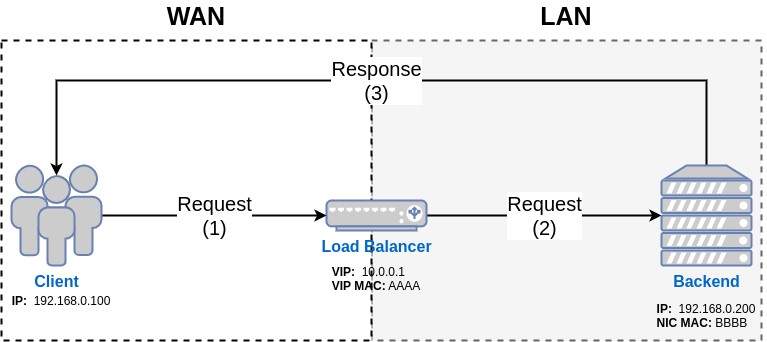
traioi-chaldea/Vndata-L4LB keeps this draw.io diagram as docs/img/l2dsr-01.png. Above is the earlier version. Source tidied: cells renumbered, new cells last; positions are measured from the earlier drawing's top-left corner, leaving out a move shared by most shapes.
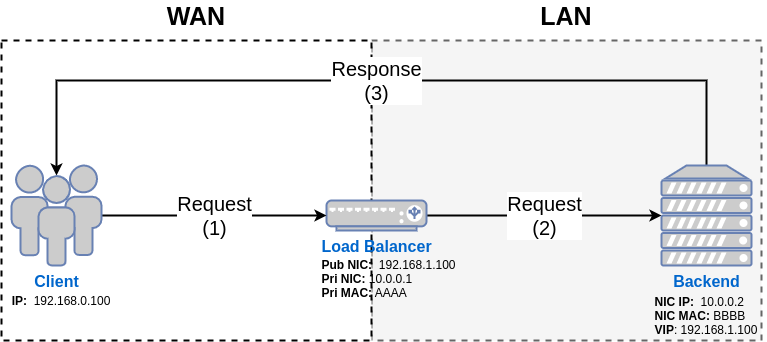
The same file after the commit.

Commit message:
Learning: L2DSR

Diff of the diagram source:
```diff
@@ -34,11 +34,11 @@
     <mxCell id="10" value="&lt;b&gt;IP:&amp;nbsp; &lt;/b&gt;192.168.0.100" style="text;html=1;strokeColor=none;fillColor=none;align=center;verticalAlign=middle;whiteSpace=wrap;rounded=0;" parent="1" vertex="1">
       <mxGeometry y="290" width="120" height="20" as="geometry" />
     </mxCell>
-    <mxCell id="11" value="&lt;div style=&quot;text-align: left&quot;&gt;&lt;b&gt;VIP:&amp;nbsp; &lt;/b&gt;&lt;span&gt;10.0.0.1&lt;/span&gt;&lt;/div&gt;&lt;b&gt;&lt;div style=&quot;text-align: left&quot;&gt;&lt;b&gt;VIP MAC:&lt;/b&gt;&lt;span style=&quot;font-weight: normal&quot;&gt;&amp;nbsp;AAAA&lt;/span&gt;&lt;/div&gt;&lt;/b&gt;" style="text;html=1;strokeColor=none;fillColor=none;align=center;verticalAlign=middle;whiteSpace=wrap;rounded=0;" parent="1" vertex="1">
-      <mxGeometry x="315" y="265" width="120" height="25" as="geometry" />
+    <mxCell id="11" value="&lt;div style=&quot;text-align: left&quot;&gt;&lt;b&gt;Pub NIC:&amp;nbsp; &lt;/b&gt;192.168.1.100&lt;br&gt;&lt;b&gt;Pri NIC: &lt;/b&gt;10.0.0.1&lt;/div&gt;&lt;b&gt;&lt;div style=&quot;text-align: left&quot;&gt;&lt;b&gt;Pri MAC:&lt;/b&gt;&lt;span style=&quot;font-weight: normal&quot;&gt;&amp;nbsp;AAAA&lt;/span&gt;&lt;/div&gt;&lt;/b&gt;" style="text;html=1;strokeColor=none;fillColor=none;align=center;verticalAlign=middle;whiteSpace=wrap;rounded=0;" parent="1" vertex="1">
+      <mxGeometry x="310" y="255" width="155" height="45" as="geometry" />
     </mxCell>
-    <mxCell id="12" value="&lt;div style=&quot;text-align: left&quot;&gt;&lt;b&gt;IP:&amp;nbsp; &lt;/b&gt;192.168.0.200&lt;/div&gt;&lt;div style=&quot;text-align: left&quot;&gt;&lt;b&gt;NIC MAC: &lt;/b&gt;BBBB&lt;/div&gt;" style="text;html=1;strokeColor=none;fillColor=none;align=center;verticalAlign=middle;whiteSpace=wrap;rounded=0;" parent="1" vertex="1">
-      <mxGeometry x="645" y="300" width="120" height="30" as="geometry" />
+    <mxCell id="12" value="&lt;div style=&quot;text-align: left&quot;&gt;&lt;b&gt;NIC IP:&amp;nbsp; &lt;/b&gt;10.0.0.2&lt;br&gt;&lt;b&gt;NIC MAC: &lt;/b&gt;&lt;span&gt;BBBB&lt;br&gt;&lt;/span&gt;&lt;b&gt;VIP&lt;/b&gt;: 192.168.1.100&lt;/div&gt;" style="text;html=1;strokeColor=none;fillColor=none;align=center;verticalAlign=middle;whiteSpace=wrap;rounded=0;" parent="1" vertex="1">
+      <mxGeometry x="645" y="290" width="120" height="50" as="geometry" />
     </mxCell>
     <mxCell id="13" value="&lt;b&gt;&lt;font style=&quot;font-size: 25px&quot;&gt;WAN&lt;/font&gt;&lt;/b&gt;" style="text;html=1;strokeColor=none;fillColor=none;align=center;verticalAlign=middle;whiteSpace=wrap;rounded=0;dashed=1;" parent="1" vertex="1">
       <mxGeometry x="140" width="110" height="30" as="geometry" />
```
